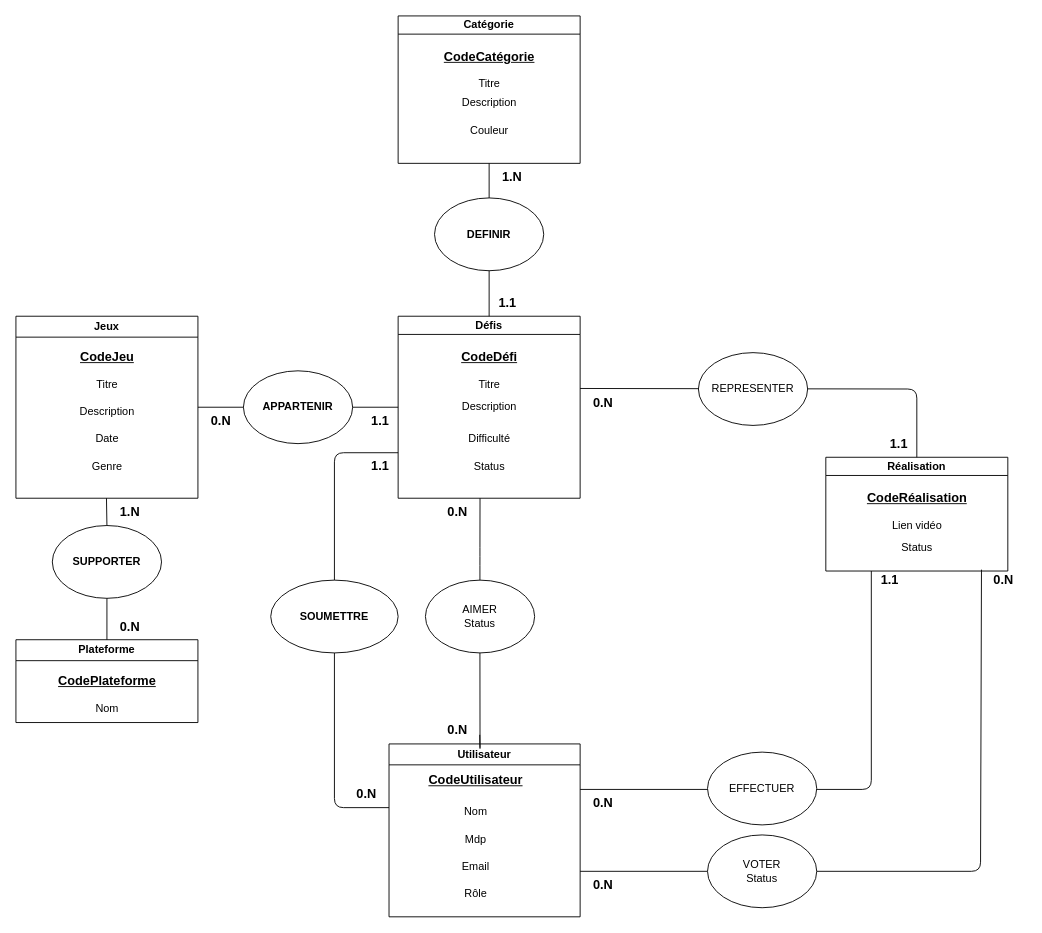
Earlier version of the draw.io diagram page "Page-1" (1 of 2) of doc/MCD.drawio (RomainCenturioni/Gamer-Challenge-Back). Source tidied: cells renumbered, new cells numbered last; positions are measured from the earlier drawing's top-left corner, leaving out a move shared by most shapes. Both pictures are drawn from the tidied source at 91%, with x=0, y=0 at pixel (15, 15).
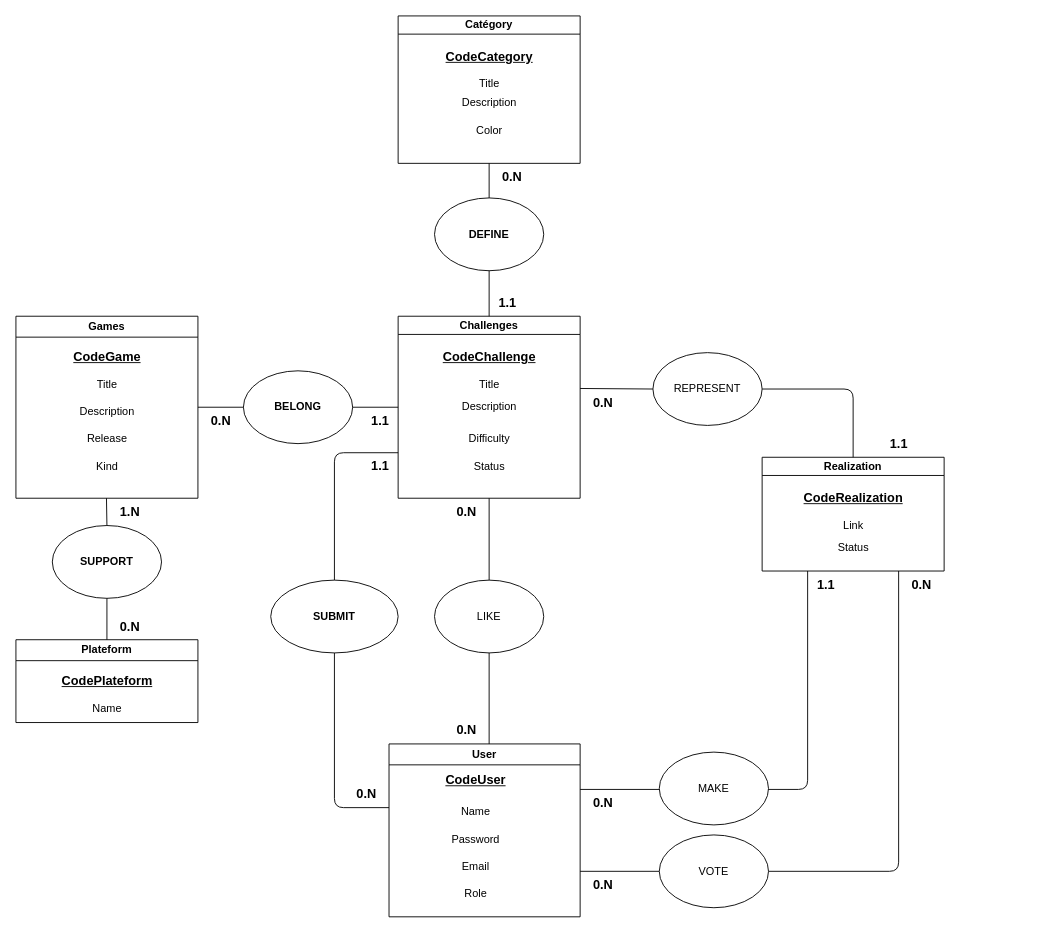
After the change.

Commit message (it also covers changes not shown here):
modif mcd mld dictionnaire des données mis en anglais, wireframe, mis a jour de l'arborescence et début charte graphique

Diff of the diagram source:
```diff
@@
-    <mxCell id="2" value="Utilisateur" style="swimlane;whiteSpace=wrap;html=1;startSize=23;" parent="1" vertex="1">
+    <mxCell id="2" value="User" style="swimlane;whiteSpace=wrap;html=1;startSize=23;" parent="1" vertex="1">
       <mxGeometry x="410" y="800" width="210" height="190" as="geometry" />
     </mxCell>
-    <mxCell id="3" value="Nom" style="text;html=1;align=center;verticalAlign=middle;strokeColor=none;fillColor=none;" parent="2" vertex="1">
-      <mxGeometry x="70" y="60" width="50" height="30" as="geometry" />
+    <mxCell id="3" value="Name" style="text;html=1;align=center;verticalAlign=middle;strokeColor=none;fillColor=none;" parent="2" vertex="1">
+      <mxGeometry x="65" y="60" width="60" height="30" as="geometry" />
     </mxCell>
@@
-    <mxCell id="5" value="&lt;font style=&quot;font-size: 14px;&quot;&gt;&lt;b&gt;&lt;u&gt;CodeUtilisateur&lt;/u&gt;&lt;/b&gt;&lt;/font&gt;" style="text;html=1;align=center;verticalAlign=middle;strokeColor=none;fillColor=none;" parent="2" vertex="1">
-      <mxGeometry x="30" y="24.5" width="130" height="30" as="geometry" />
+    <mxCell id="5" value="&lt;font style=&quot;font-size: 14px;&quot;&gt;&lt;b&gt;&lt;u&gt;CodeUser&lt;/u&gt;&lt;/b&gt;&lt;/font&gt;" style="text;html=1;align=center;verticalAlign=middle;strokeColor=none;fillColor=none;" parent="2" vertex="1">
+      <mxGeometry x="50" y="24.5" width="90" height="30" as="geometry" />
     </mxCell>
-    <mxCell id="6" value="Rôle" style="text;html=1;align=center;verticalAlign=middle;strokeColor=none;fillColor=none;" parent="2" vertex="1">
+    <mxCell id="6" value="Role" style="text;html=1;align=center;verticalAlign=middle;strokeColor=none;fillColor=none;" parent="2" vertex="1">
       <mxGeometry x="70" y="150" width="50" height="30" as="geometry" />
     </mxCell>
-    <mxCell id="7" value="Mdp" style="text;html=1;align=center;verticalAlign=middle;strokeColor=none;fillColor=none;" parent="2" vertex="1">
-      <mxGeometry x="70" y="90" width="50" height="30" as="geometry" />
+    <mxCell id="7" value="Password" style="text;html=1;align=center;verticalAlign=middle;strokeColor=none;fillColor=none;" parent="2" vertex="1">
+      <mxGeometry x="55" y="90" width="80" height="30" as="geometry" />
     </mxCell>
-    <mxCell id="8" value="Jeux" style="swimlane;whiteSpace=wrap;html=1;startSize=23;" parent="1" vertex="1">
+    <mxCell id="8" value="Games" style="swimlane;whiteSpace=wrap;html=1;startSize=23;" parent="1" vertex="1">
       <mxGeometry y="330" width="200" height="200" as="geometry" />
     </mxCell>
-    <mxCell id="9" value="&lt;font style=&quot;font-size: 14px;&quot;&gt;&lt;b&gt;&lt;u&gt;CodeJeu&lt;/u&gt;&lt;/b&gt;&lt;/font&gt;" style="text;html=1;align=center;verticalAlign=middle;strokeColor=none;fillColor=none;" parent="8" vertex="1">
-      <mxGeometry x="60" y="30" width="80" height="30" as="geometry" />
+    <mxCell id="9" value="&lt;font style=&quot;font-size: 14px;&quot;&gt;&lt;b&gt;&lt;u&gt;CodeGame&lt;/u&gt;&lt;/b&gt;&lt;/font&gt;" style="text;html=1;align=center;verticalAlign=middle;strokeColor=none;fillColor=none;" parent="8" vertex="1">
+      <mxGeometry x="50" y="30" width="100" height="30" as="geometry" />
     </mxCell>
-    <mxCell id="10" value="Titre" style="text;html=1;align=center;verticalAlign=middle;strokeColor=none;fillColor=none;" parent="8" vertex="1">
+    <mxCell id="10" value="Title" style="text;html=1;align=center;verticalAlign=middle;strokeColor=none;fillColor=none;" parent="8" vertex="1">
       <mxGeometry x="75" y="60" width="50" height="30" as="geometry" />
     </mxCell>
-    <mxCell id="11" value="Genre" style="text;html=1;align=center;verticalAlign=middle;strokeColor=none;fillColor=none;" parent="8" vertex="1">
-      <mxGeometry x="70" y="150" width="60" height="30" as="geometry" />
+    <mxCell id="11" value="Kind" style="text;html=1;align=center;verticalAlign=middle;strokeColor=none;fillColor=none;" parent="8" vertex="1">
+      <mxGeometry x="75" y="150" width="50" height="30" as="geometry" />
     </mxCell>
@@
-    <mxCell id="13" value="Défis" style="swimlane;whiteSpace=wrap;html=1;startSize=20;" parent="1" vertex="1">
+    <mxCell id="13" value="Challenges" style="swimlane;whiteSpace=wrap;html=1;startSize=20;" parent="1" vertex="1">
       <mxGeometry x="420" y="330" width="200" height="200" as="geometry" />
     </mxCell>
-    <mxCell id="14" value="&lt;font style=&quot;font-size: 14px;&quot;&gt;&lt;b&gt;&lt;u&gt;CodeDéfi&lt;/u&gt;&lt;/b&gt;&lt;/font&gt;" style="text;html=1;align=center;verticalAlign=middle;strokeColor=none;fillColor=none;" parent="13" vertex="1">
-      <mxGeometry x="60" y="30" width="80" height="30" as="geometry" />
+    <mxCell id="14" value="&lt;font style=&quot;font-size: 14px;&quot;&gt;&lt;b&gt;&lt;u&gt;CodeChallenge&lt;/u&gt;&lt;/b&gt;&lt;/font&gt;" style="text;html=1;align=center;verticalAlign=middle;strokeColor=none;fillColor=none;" parent="13" vertex="1">
+      <mxGeometry x="35" y="30" width="130" height="30" as="geometry" />
     </mxCell>
-    <mxCell id="15" value="Difficulté" style="text;html=1;align=center;verticalAlign=middle;strokeColor=none;fillColor=none;" parent="13" vertex="1">
+    <mxCell id="15" value="Difficulty" style="text;html=1;align=center;verticalAlign=middle;strokeColor=none;fillColor=none;" parent="13" vertex="1">
       <mxGeometry x="65" y="120" width="70" height="30" as="geometry" />
     </mxCell>
-    <mxCell id="16" value="Titre" style="text;html=1;align=center;verticalAlign=middle;strokeColor=none;fillColor=none;" parent="13" vertex="1">
+    <mxCell id="16" value="Title" style="text;html=1;align=center;verticalAlign=middle;strokeColor=none;fillColor=none;" parent="13" vertex="1">
       <mxGeometry x="75" y="60" width="50" height="30" as="geometry" />
     </mxCell>
@@
-    <mxCell id="19" value="Date" style="text;html=1;align=center;verticalAlign=middle;strokeColor=none;fillColor=none;" parent="1" vertex="1">
-      <mxGeometry x="75" y="450" width="50" height="30" as="geometry" />
+    <mxCell id="19" value="Release" style="text;html=1;align=center;verticalAlign=middle;strokeColor=none;fillColor=none;" parent="1" vertex="1">
+      <mxGeometry x="65" y="450" width="70" height="30" as="geometry" />
     </mxCell>
-    <mxCell id="20" value="&lt;b&gt;APPARTENIR&lt;/b&gt;" style="ellipse;whiteSpace=wrap;html=1;" parent="1" vertex="1">
+    <mxCell id="20" value="&lt;b&gt;BELONG&lt;/b&gt;" style="ellipse;whiteSpace=wrap;html=1;" parent="1" vertex="1">
       <mxGeometry x="250" y="390" width="120" height="80" as="geometry" />
     </mxCell>
@@
-    <mxCell id="25" value="&lt;b&gt;SOUMETTRE&lt;/b&gt;" style="ellipse;whiteSpace=wrap;html=1;" parent="1" vertex="1">
+    <mxCell id="25" value="&lt;b&gt;SUBMIT&lt;/b&gt;" style="ellipse;whiteSpace=wrap;html=1;" parent="1" vertex="1">
       <mxGeometry x="280" y="620" width="140" height="80" as="geometry" />
     </mxCell>
@@
-    <mxCell id="30" value="Catégorie" style="swimlane;whiteSpace=wrap;html=1;startSize=20;" parent="1" vertex="1">
+    <mxCell id="30" value="Catégory" style="swimlane;whiteSpace=wrap;html=1;startSize=20;" parent="1" vertex="1">
       <mxGeometry x="420" width="200" height="162" as="geometry" />
     </mxCell>
-    <mxCell id="31" value="&lt;font style=&quot;font-size: 14px;&quot;&gt;&lt;b&gt;&lt;u&gt;CodeCatégorie&lt;/u&gt;&lt;/b&gt;&lt;/font&gt;" style="text;html=1;align=center;verticalAlign=middle;strokeColor=none;fillColor=none;" parent="30" vertex="1">
+    <mxCell id="31" value="&lt;font style=&quot;font-size: 14px;&quot;&gt;&lt;b&gt;&lt;u&gt;CodeCategory&lt;/u&gt;&lt;/b&gt;&lt;/font&gt;" style="text;html=1;align=center;verticalAlign=middle;strokeColor=none;fillColor=none;" parent="30" vertex="1">
       <mxGeometry x="40" y="30" width="120" height="30" as="geometry" />
     </mxCell>
-    <mxCell id="32" value="Titre" style="text;html=1;align=center;verticalAlign=middle;strokeColor=none;fillColor=none;" parent="30" vertex="1">
+    <mxCell id="32" value="Title" style="text;html=1;align=center;verticalAlign=middle;strokeColor=none;fillColor=none;" parent="30" vertex="1">
       <mxGeometry x="75" y="60" width="50" height="30" as="geometry" />
     </mxCell>
-    <mxCell id="33" value="Couleur" style="text;html=1;align=center;verticalAlign=middle;strokeColor=none;fillColor=none;" parent="30" vertex="1">
-      <mxGeometry x="65" y="111" width="70" height="30" as="geometry" />
+    <mxCell id="33" value="Color" style="text;html=1;align=center;verticalAlign=middle;strokeColor=none;fillColor=none;" parent="30" vertex="1">
+      <mxGeometry x="75" y="111" width="50" height="30" as="geometry" />
     </mxCell>
@@
-    <mxCell id="35" value="&lt;b&gt;DEFINIR&lt;/b&gt;" style="ellipse;whiteSpace=wrap;html=1;" parent="1" vertex="1">
+    <mxCell id="35" value="&lt;b&gt;DEFINE&lt;/b&gt;" style="ellipse;whiteSpace=wrap;html=1;" parent="1" vertex="1">
       <mxGeometry x="460" y="200" width="120" height="80" as="geometry" />
     </mxCell>
@@
-    <mxCell id="38" value="&lt;font style=&quot;font-size: 14px;&quot;&gt;&lt;b&gt;1.N&lt;/b&gt;&lt;/font&gt;" style="text;html=1;align=center;verticalAlign=middle;strokeColor=none;fillColor=none;" parent="1" vertex="1">
+    <mxCell id="38" value="&lt;font style=&quot;font-size: 14px;&quot;&gt;&lt;b&gt;0.N&lt;/b&gt;&lt;/font&gt;" style="text;html=1;align=center;verticalAlign=middle;strokeColor=none;fillColor=none;" parent="1" vertex="1">
       <mxGeometry x="520" y="162" width="50" height="30" as="geometry" />
     </mxCell>
-    <mxCell id="39" value="Plateforme" style="swimlane;whiteSpace=wrap;html=1;startSize=23;" parent="1" vertex="1">
+    <mxCell id="39" value="Plateform" style="swimlane;whiteSpace=wrap;html=1;startSize=23;" parent="1" vertex="1">
       <mxGeometry y="685.5" width="200" height="91" as="geometry" />
     </mxCell>
-    <mxCell id="40" value="&lt;span style=&quot;font-size: 14px;&quot;&gt;&lt;b&gt;&lt;u&gt;CodePlateforme&lt;/u&gt;&lt;/b&gt;&lt;/span&gt;" style="text;html=1;align=center;verticalAlign=middle;strokeColor=none;fillColor=none;" parent="39" vertex="1">
-      <mxGeometry x="35" y="30" width="130" height="30" as="geometry" />
+    <mxCell id="40" value="&lt;span style=&quot;font-size: 14px;&quot;&gt;&lt;b&gt;&lt;u&gt;CodePlateform&lt;/u&gt;&lt;/b&gt;&lt;/span&gt;" style="text;html=1;align=center;verticalAlign=middle;strokeColor=none;fillColor=none;" parent="39" vertex="1">
+      <mxGeometry x="40" y="30" width="120" height="30" as="geometry" />
     </mxCell>
-    <mxCell id="41" value="Nom" style="text;html=1;align=center;verticalAlign=middle;strokeColor=none;fillColor=none;" parent="39" vertex="1">
-      <mxGeometry x="75" y="60" width="50" height="30" as="geometry" />
+    <mxCell id="41" value="Name" style="text;html=1;align=center;verticalAlign=middle;strokeColor=none;fillColor=none;" parent="39" vertex="1">
+      <mxGeometry x="70" y="60" width="60" height="30" as="geometry" />
     </mxCell>
@@
-    <mxCell id="43" value="&lt;b&gt;SUPPORTER&lt;/b&gt;" style="ellipse;whiteSpace=wrap;html=1;" parent="1" vertex="1">
+    <mxCell id="43" value="&lt;b&gt;SUPPORT&lt;/b&gt;" style="ellipse;whiteSpace=wrap;html=1;" parent="1" vertex="1">
       <mxGeometry x="40" y="560" width="120" height="80" as="geometry" />
     </mxCell>
@@
-    <mxCell id="47" value="Réalisation" style="swimlane;whiteSpace=wrap;html=1;startSize=20;" parent="1" vertex="1">
-      <mxGeometry x="890" y="485" width="200" height="125" as="geometry" />
+    <mxCell id="47" value="Realization" style="swimlane;whiteSpace=wrap;html=1;startSize=20;" parent="1" vertex="1">
+      <mxGeometry x="820" y="485" width="200" height="125" as="geometry" />
     </mxCell>
-    <mxCell id="48" value="&lt;font style=&quot;font-size: 14px;&quot;&gt;&lt;b&gt;&lt;u&gt;CodeRéalisation&lt;/u&gt;&lt;/b&gt;&lt;/font&gt;" style="text;html=1;align=center;verticalAlign=middle;strokeColor=none;fillColor=none;" parent="47" vertex="1">
+    <mxCell id="48" value="&lt;font style=&quot;font-size: 14px;&quot;&gt;&lt;b&gt;&lt;u&gt;CodeRealization&lt;/u&gt;&lt;/b&gt;&lt;/font&gt;" style="text;html=1;align=center;verticalAlign=middle;strokeColor=none;fillColor=none;" parent="47" vertex="1">
       <mxGeometry x="35" y="30" width="130" height="30" as="geometry" />
     </mxCell>
-    <mxCell id="49" value="Lien vidéo" style="text;html=1;align=center;verticalAlign=middle;strokeColor=none;fillColor=none;" parent="47" vertex="1">
-      <mxGeometry x="60" y="60" width="80" height="30" as="geometry" />
+    <mxCell id="49" value="Link" style="text;html=1;align=center;verticalAlign=middle;strokeColor=none;fillColor=none;" parent="47" vertex="1">
+      <mxGeometry x="75" y="60" width="50" height="30" as="geometry" />
     </mxCell>
@@
     <mxCell id="51" style="endArrow=none;html=1;entryX=0.25;entryY=1;entryDx=0;entryDy=0;" parent="1" edge="1" target="47">
       <mxGeometry relative="1" as="geometry">
         <mxPoint x="620" y="850" as="sourcePoint" />
         <Array as="points">
-          <mxPoint x="940" y="850" />
+          <mxPoint x="870" y="850" />
         </Array>
       </mxGeometry>
     </mxCell>
-    <mxCell id="52" value="EFFECTUER" style="ellipse;whiteSpace=wrap;html=1;" parent="1" vertex="1">
-      <mxGeometry x="760" y="809" width="120" height="80" as="geometry" />
+    <mxCell id="52" value="MAKE" style="ellipse;whiteSpace=wrap;html=1;" parent="1" vertex="1">
+      <mxGeometry x="707" y="809" width="120" height="80" as="geometry" />
     </mxCell>
@@
-    <mxCell id="55" style="endArrow=none;html=1;exitX=1;exitY=0.5;exitDx=0;exitDy=0;entryX=0.021;entryY=0.117;entryDx=0;entryDy=0;entryPerimeter=0;" parent="1" edge="1" source="57" target="59">
+    <mxCell id="55" style="endArrow=none;html=1;exitX=1;exitY=0.5;exitDx=0;exitDy=0;entryX=0.75;entryY=1;entryDx=0;entryDy=0;" parent="1" edge="1" source="57" target="47">
       <mxGeometry relative="1" as="geometry">
         <Array as="points">
-          <mxPoint x="1060" y="940" />
+          <mxPoint x="970" y="940" />
         </Array>
       </mxGeometry>
     </mxCell>
@@
-    <mxCell id="57" value="VOTER&lt;div&gt;Status&lt;/div&gt;" style="ellipse;whiteSpace=wrap;html=1;" parent="1" vertex="1">
-      <mxGeometry x="760" y="900" width="120" height="80" as="geometry" />
+    <mxCell id="57" value="VOTE" style="ellipse;whiteSpace=wrap;html=1;" parent="1" vertex="1">
+      <mxGeometry x="707" y="900" width="120" height="80" as="geometry" />
     </mxCell>
@@
     <mxCell id="59" value="&lt;font style=&quot;font-size: 14px;&quot;&gt;&lt;b&gt;0.N&lt;/b&gt;&lt;/font&gt;" style="text;html=1;align=center;verticalAlign=middle;points=[];strokeColor=none;fillColor=none;" parent="1" vertex="1">
-      <mxGeometry x="1060" y="605" width="50" height="30" as="geometry" />
+      <mxGeometry x="970" y="610" width="50" height="30" as="geometry" />
     </mxCell>
-    <mxCell id="60" style="endArrow=none;html=1;entryX=0.5;entryY=0;entryDx=0;entryDy=0;" parent="1" edge="1" target="47">
+    <mxCell id="60" style="endArrow=none;html=1;entryX=0.5;entryY=0;entryDx=0;entryDy=0;" parent="1" edge="1" source="61" target="47">
       <mxGeometry relative="1" as="geometry">
-        <mxPoint x="620" y="409.4" as="sourcePoint" />
         <Array as="points">
-          <mxPoint x="990" y="410" />
+          <mxPoint x="920" y="410" />
         </Array>
       </mxGeometry>
     </mxCell>
-    <mxCell id="61" value="REPRESENTER" style="ellipse;whiteSpace=wrap;html=1;" parent="1" vertex="1">
-      <mxGeometry x="750" y="370" width="120" height="80" as="geometry" />
-    </mxCell>
@@
-    <mxCell id="64" value="AIMER&lt;div&gt;Status&lt;/div&gt;" style="ellipse;whiteSpace=wrap;html=1;" parent="1" vertex="1">
-      <mxGeometry x="450" y="620" width="120" height="80" as="geometry" />
+    <mxCell id="64" value="LIKE" style="ellipse;whiteSpace=wrap;html=1;" parent="1" vertex="1">
+      <mxGeometry x="460" y="620" width="120" height="80" as="geometry" />
     </mxCell>
-    <mxCell id="65" style="endArrow=none;html=1;entryX=0.5;entryY=0;entryDx=0;entryDy=0;" parent="1" edge="1">
+    <mxCell id="65" style="endArrow=none;html=1;exitX=0.5;exitY=1;exitDx=0;exitDy=0;" parent="1" edge="1" source="13">
       <mxGeometry relative="1" as="geometry">
-        <mxPoint x="510" y="530" as="sourcePoint" />
-        <mxPoint x="509.9" y="620" as="targetPoint" />
-        <Array as="points">
-          <mxPoint x="509.9" y="594" />
-        </Array>
+        <mxPoint x="520" y="620" as="targetPoint" />
       </mxGeometry>
     </mxCell>
-    <mxCell id="66" style="endArrow=none;html=1;entryX=0.5;entryY=0;entryDx=0;entryDy=0;" parent="1" edge="1">
-      <mxGeometry relative="1" as="geometry">
-        <mxPoint x="509.9" y="700" as="sourcePoint" />
-        <mxPoint x="509.7" y="790" as="targetPoint" />
-        <Array as="points">
-          <mxPoint x="510" y="810" />
-        </Array>
-      </mxGeometry>
-    </mxCell>
     <mxCell id="67" value="&lt;font style=&quot;font-size: 14px;&quot;&gt;&lt;b&gt;0.N&lt;/b&gt;&lt;/font&gt;" style="text;html=1;align=center;verticalAlign=middle;strokeColor=none;fillColor=none;" parent="1" vertex="1">
-      <mxGeometry x="460" y="770" width="50" height="30" as="geometry" />
+      <mxGeometry x="470" y="770" width="50" height="30" as="geometry" />
     </mxCell>
     <mxCell id="68" value="&lt;font style=&quot;font-size: 14px;&quot;&gt;&lt;b&gt;0.N&lt;/b&gt;&lt;/font&gt;" style="text;html=1;align=center;verticalAlign=middle;strokeColor=none;fillColor=none;" parent="1" vertex="1">
-      <mxGeometry x="460" y="530" width="50" height="30" as="geometry" />
+      <mxGeometry x="470" y="530" width="50" height="30" as="geometry" />
     </mxCell>
     <mxCell id="69" value="&lt;font style=&quot;font-size: 14px;&quot;&gt;&lt;b&gt;1.1&lt;/b&gt;&lt;/font&gt;" style="text;html=1;align=center;verticalAlign=middle;strokeColor=none;fillColor=none;" parent="1" vertex="1">
-      <mxGeometry x="940" y="605" width="40" height="30" as="geometry" />
+      <mxGeometry x="870" y="610" width="40" height="30" as="geometry" />
     </mxCell>
+    <mxCell id="70" style="endArrow=none;html=1;entryX=0;entryY=0.5;entryDx=0;entryDy=0;" parent="1" edge="1" target="61">
+      <mxGeometry relative="1" as="geometry">
+        <mxPoint x="620" y="409.4" as="sourcePoint" />
+      </mxGeometry>
+    </mxCell>
+    <mxCell id="61" value="REPRESENT" style="ellipse;whiteSpace=wrap;html=1;" parent="1" vertex="1">
+      <mxGeometry x="700" y="370" width="120" height="80" as="geometry" />
+    </mxCell>
+    <mxCell id="71" style="endArrow=none;html=1;exitX=0.5;exitY=1;exitDx=0;exitDy=0;" parent="1" edge="1" source="64">
+      <mxGeometry relative="1" as="geometry">
+        <mxPoint x="520" y="800" as="targetPoint" />
+      </mxGeometry>
+    </mxCell>
```
